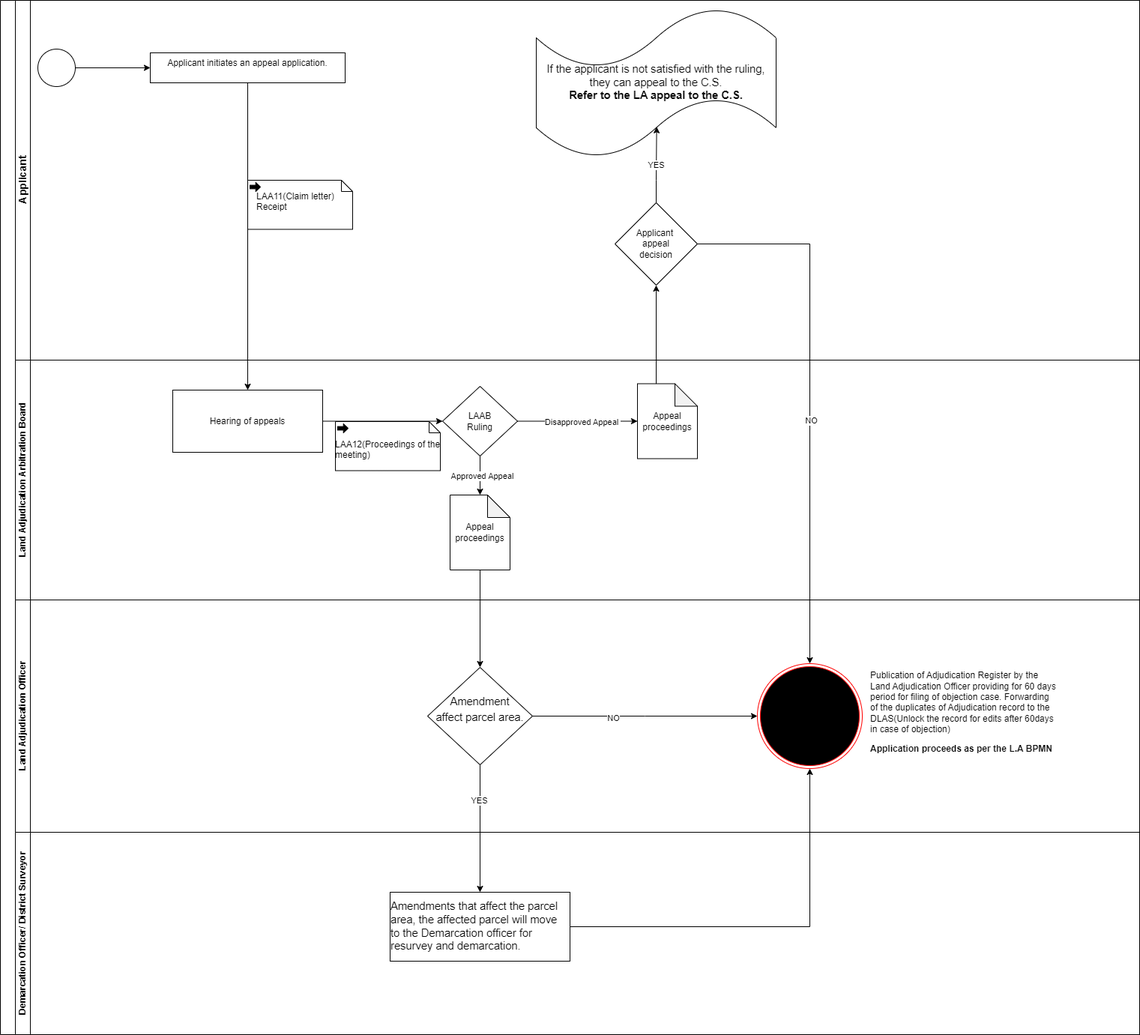
Before: Land Adjudication Appeal to the LAAB.drawio.png, a diagram exported from draw.io (geoprojectke/BPMN). Source tidied: cells renumbered, new cells last; positions are measured from the earlier drawing's top-left corner, leaving out a move shared by most shapes.
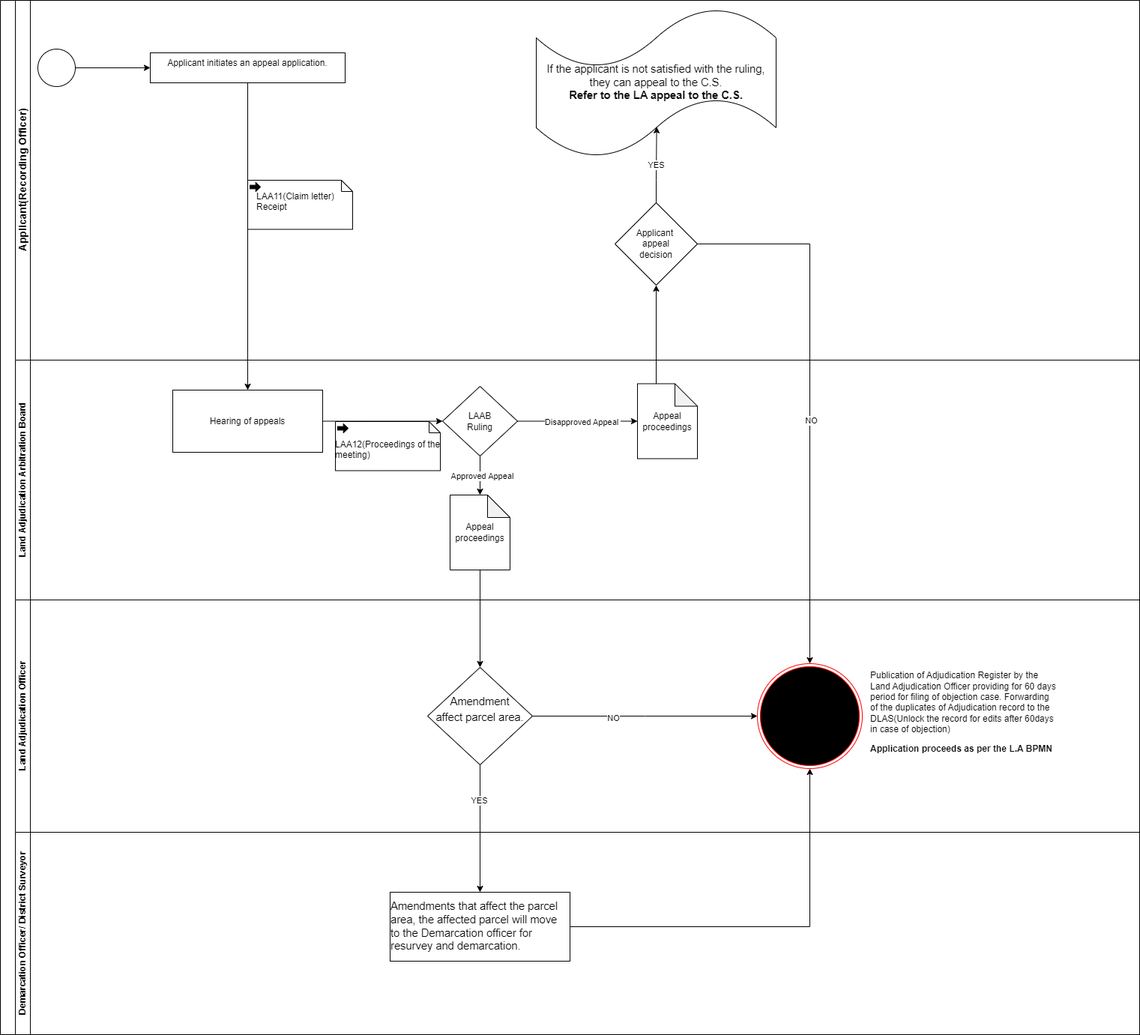
After the commit.

Change to the diagram source:
```diff
@@ -5,7 +5,7 @@
     <mxCell id="2" style="swimlane;html=1;horizontal=0;startSize=20;whiteSpace=wrap;" parent="1" vertex="1">
       <mxGeometry width="1520" height="1380" as="geometry" />
     </mxCell>
-    <mxCell id="3" value="&lt;font style=&quot;font-size: 14px;&quot;&gt;Applicant&lt;/font&gt;" style="swimlane;html=1;startSize=20;horizontal=0;" parent="2" vertex="1">
+    <mxCell id="3" value="&lt;font style=&quot;font-size: 14px;&quot;&gt;Applicant(Recording Officer)&lt;/font&gt;" style="swimlane;html=1;startSize=20;horizontal=0;" parent="2" vertex="1">
       <mxGeometry x="20" width="1500" height="480" as="geometry" />
     </mxCell>
     <mxCell id="4" style="edgeStyle=orthogonalEdgeStyle;rounded=0;jettySize=auto;html=1;exitX=1;exitY=0.5;exitDx=0;exitDy=0;exitPerimeter=0;entryX=0;entryY=0.5;entryDx=0;entryDy=0;" parent="3" edge="1" source="5" target="6">
```
